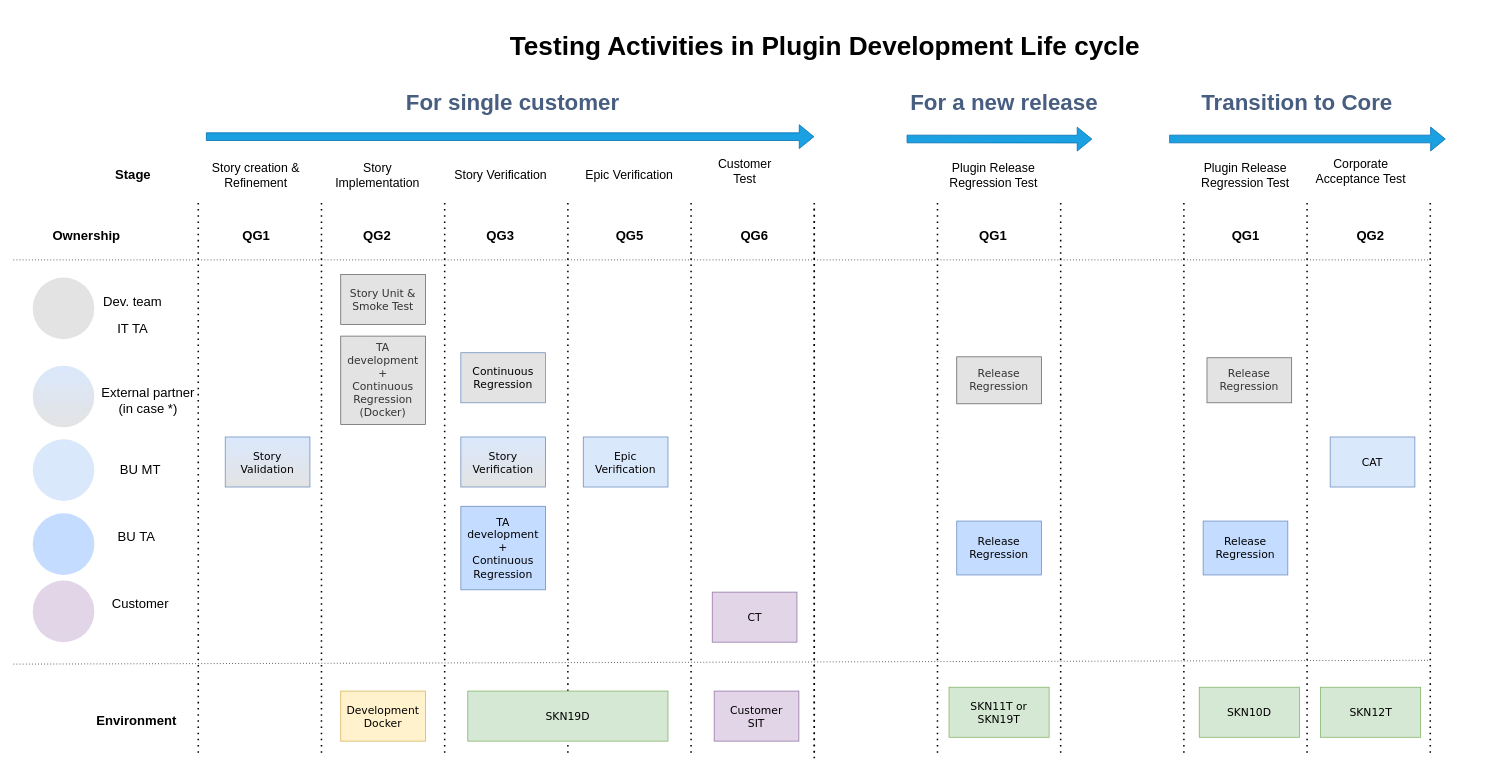
This is Plugin Testing.drawio from AndriiRatushnyi/Andrii.Ratushnyi, a draw.io file, before an edit. Source tidied: cells renumbered, new cells numbered last; positions are measured from the earlier drawing's top-left corner, leaving out a move shared by most shapes. Both pictures are drawn from the tidied source at 77%, with x=0, y=0 at pixel (13, 21).
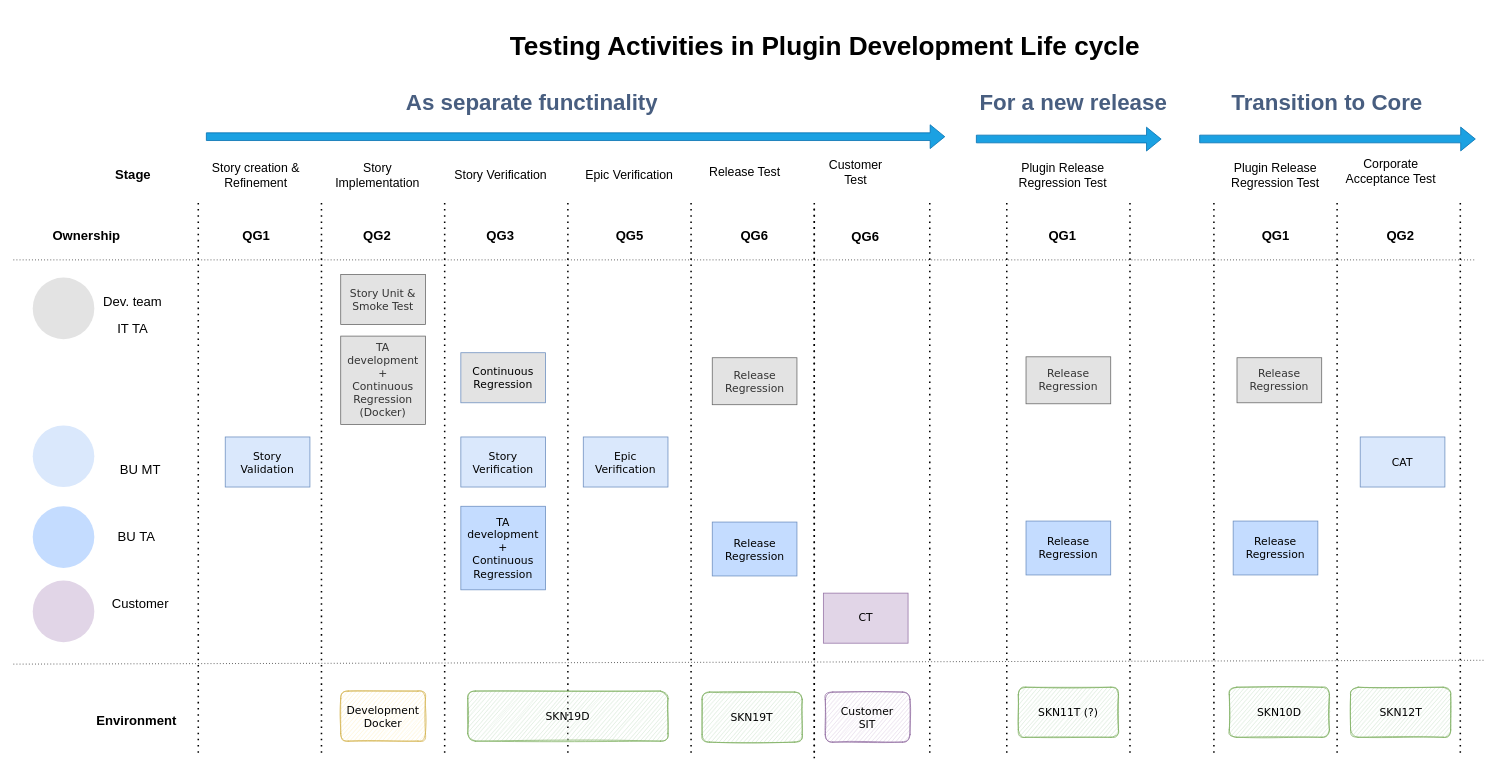
The same page after the edit.

Change to the diagram source:
```diff
@@
     <mxCell id="2" style="shape=flexArrow;endArrow=classic;html=1;fillColor=#1ba1e2;strokeColor=#006EAF;" parent="1" edge="1">
       <mxGeometry relative="1" as="geometry">
         <mxPoint x="250" y="150" as="sourcePoint" />
-        <mxPoint x="1040" y="150" as="targetPoint" />
+        <mxPoint x="1210" y="150" as="targetPoint" />
       </mxGeometry>
     </mxCell>
@@
-    <mxCell id="9" value="Story Validation" style="rounded=0;whiteSpace=wrap;html=1;fontSize=14;fontFamily=Verdana;fillColor=#dae8fc;strokeColor=#6c8ebf;gradientColor=#E3E3E3;" parent="1" vertex="1">
+    <mxCell id="9" value="Story Validation" style="rounded=0;whiteSpace=wrap;html=1;fontSize=14;fontFamily=Verdana;fillColor=#dae8fc;strokeColor=#6c8ebf;" parent="1" vertex="1">
       <mxGeometry x="275" y="540" width="110" height="65" as="geometry" />
     </mxCell>
@@
-    <mxCell id="15" value="Story Verification" style="rounded=0;whiteSpace=wrap;html=1;fontSize=14;fontFamily=Verdana;fillColor=#dae8fc;strokeColor=#6c8ebf;gradientDirection=south;gradientColor=#E3E3E3;" parent="1" vertex="1">
+    <mxCell id="15" value="Story Verification" style="rounded=0;whiteSpace=wrap;html=1;fontSize=14;fontFamily=Verdana;fillColor=#dae8fc;strokeColor=#6c8ebf;gradientDirection=south;" parent="1" vertex="1">
       <mxGeometry x="581" y="540" width="110" height="65" as="geometry" />
     </mxCell>
@@
     <mxCell id="22" style="endArrow=none;dashed=1;html=1;dashPattern=1 3;strokeWidth=1;fontSize=17;" parent="1" edge="1">
       <mxGeometry relative="1" as="geometry">
         <mxPoint y="835" as="sourcePoint" />
-        <mxPoint x="1840" y="830" as="targetPoint" />
+        <mxPoint x="1910" y="830" as="targetPoint" />
       </mxGeometry>
     </mxCell>
@@
     <mxCell id="28" style="endArrow=none;dashed=1;html=1;dashPattern=1 3;strokeWidth=1;fontSize=16;" parent="1" edge="1">
       <mxGeometry relative="1" as="geometry">
         <mxPoint y="310" as="sourcePoint" />
-        <mxPoint x="1840" y="310" as="targetPoint" />
+        <mxPoint x="1900" y="310" as="targetPoint" />
       </mxGeometry>
     </mxCell>
@@
-    <mxCell id="34" value="&lt;div&gt;Customer&lt;br&gt;&lt;/div&gt;&lt;div&gt;Test&lt;/div&gt;" style="text;html=1;strokeColor=none;fillColor=none;align=center;verticalAlign=middle;whiteSpace=wrap;rounded=0;fontSize=16;" parent="1" vertex="1">
+    <mxCell id="34" value="Release Test" style="text;html=1;strokeColor=none;fillColor=none;align=center;verticalAlign=middle;whiteSpace=wrap;rounded=0;fontSize=16;" parent="1" vertex="1">
       <mxGeometry x="880" y="185" width="140" height="20" as="geometry" />
     </mxCell>
-    <mxCell id="35" value="CT" style="rounded=0;whiteSpace=wrap;html=1;fontFamily=Verdana;fontSize=14;fillColor=#e1d5e7;strokeColor=#9673a6;" parent="1" vertex="1">
-      <mxGeometry x="907.5" y="741.5" width="110" height="65" as="geometry" />
-    </mxCell>
@@
-    <mxCell id="37" value="&lt;div&gt;Development&lt;/div&gt;&lt;div&gt;Docker&lt;br&gt;&lt;/div&gt;" style="rounded=0;whiteSpace=wrap;html=1;fontSize=14;fontFamily=Verdana;fillColor=#fff2cc;strokeColor=#d6b656;" parent="1" vertex="1">
+    <mxCell id="37" value="&lt;div&gt;Development&lt;/div&gt;&lt;div&gt;Docker&lt;br&gt;&lt;/div&gt;" style="rounded=1;whiteSpace=wrap;html=1;fontSize=14;fontFamily=Verdana;fillColor=#fff2cc;strokeColor=#d6b656;glass=0;sketch=1;" parent="1" vertex="1">
       <mxGeometry x="425" y="870" width="110" height="65" as="geometry" />
     </mxCell>
-    <mxCell id="38" value="&lt;div&gt;SKN19D&lt;br&gt;&lt;/div&gt;" style="rounded=0;whiteSpace=wrap;html=1;fontSize=14;fontFamily=Verdana;fillColor=#d5e8d4;strokeColor=#82b366;" parent="1" vertex="1">
+    <mxCell id="38" value="&lt;div&gt;SKN19D&lt;br&gt;&lt;/div&gt;" style="rounded=1;whiteSpace=wrap;html=1;fontSize=14;fontFamily=Verdana;fillColor=#d5e8d4;strokeColor=#82b366;glass=0;sketch=1;" parent="1" vertex="1">
       <mxGeometry x="590" y="870" width="260" height="65" as="geometry" />
     </mxCell>
-    <mxCell id="39" value="Customer&lt;br&gt;SIT" style="rounded=0;whiteSpace=wrap;html=1;fontSize=14;fontFamily=Verdana;fillColor=#e1d5e7;strokeColor=#9673a6;" parent="1" vertex="1">
-      <mxGeometry x="910" y="870" width="110" height="65" as="geometry" />
-    </mxCell>
-    <mxCell id="40" value="&lt;h1 style=&quot;font-size: 29px&quot;&gt;For single customer&lt;br style=&quot;font-size: 29px&quot;&gt;&lt;/h1&gt;" style="text;html=1;strokeColor=none;fillColor=none;spacing=5;spacingTop=-20;whiteSpace=wrap;overflow=hidden;rounded=0;fontSize=29;verticalAlign=top;fontColor=#485E80;" parent="1" vertex="1">
-      <mxGeometry x="505" y="80" width="290" height="70" as="geometry" />
+    <mxCell id="40" value="&lt;h1 style=&quot;font-size: 29px&quot;&gt;As separate functinality&lt;br style=&quot;font-size: 29px&quot;&gt;&lt;/h1&gt;" style="text;html=1;strokeColor=none;fillColor=none;spacing=5;spacingTop=-20;whiteSpace=wrap;overflow=hidden;rounded=0;fontSize=29;verticalAlign=top;fontColor=#485E80;" parent="1" vertex="1">
+      <mxGeometry x="505" y="80" width="415" height="70" as="geometry" />
     </mxCell>
     <mxCell id="41" style="shape=flexArrow;endArrow=classic;html=1;fillColor=#1ba1e2;strokeColor=#006EAF;entryX=0.831;entryY=1.045;entryDx=0;entryDy=0;entryPerimeter=0;" parent="1" edge="1" target="57">
       <mxGeometry relative="1" as="geometry">
-        <mxPoint x="1160" y="153" as="sourcePoint" />
+        <mxPoint x="1250" y="153" as="sourcePoint" />
       </mxGeometry>
     </mxCell>
@@
     <mxCell id="43" style="endArrow=none;dashed=1;html=1;dashPattern=1 3;strokeWidth=2;" parent="1" edge="1">
       <mxGeometry relative="1" as="geometry">
-        <mxPoint x="1200" y="950" as="sourcePoint" />
-        <mxPoint x="1200" y="230" as="targetPoint" />
+        <mxPoint x="1290" y="950" as="sourcePoint" />
+        <mxPoint x="1290" y="230" as="targetPoint" />
       </mxGeometry>
     </mxCell>
     <mxCell id="44" style="endArrow=none;dashed=1;html=1;dashPattern=1 3;strokeWidth=2;" parent="1" edge="1">
       <mxGeometry relative="1" as="geometry">
-        <mxPoint x="1360" y="950" as="sourcePoint" />
-        <mxPoint x="1360" y="230" as="targetPoint" />
+        <mxPoint x="1450" y="950" as="sourcePoint" />
+        <mxPoint x="1450" y="230" as="targetPoint" />
       </mxGeometry>
     </mxCell>
     <mxCell id="45" style="endArrow=none;dashed=1;html=1;dashPattern=1 3;strokeWidth=2;" parent="1" edge="1">
       <mxGeometry relative="1" as="geometry">
-        <mxPoint x="1520" y="950" as="sourcePoint" />
-        <mxPoint x="1520" y="230" as="targetPoint" />
+        <mxPoint x="1559" y="950" as="sourcePoint" />
+        <mxPoint x="1559" y="230" as="targetPoint" />
       </mxGeometry>
     </mxCell>
     <mxCell id="46" style="endArrow=none;dashed=1;html=1;dashPattern=1 3;strokeWidth=2;" parent="1" edge="1">
       <mxGeometry relative="1" as="geometry">
-        <mxPoint x="1680" y="950" as="sourcePoint" />
-        <mxPoint x="1680" y="230" as="targetPoint" />
+        <mxPoint x="1719" y="950" as="sourcePoint" />
+        <mxPoint x="1719" y="230" as="targetPoint" />
       </mxGeometry>
     </mxCell>
     <mxCell id="47" style="endArrow=none;dashed=1;html=1;dashPattern=1 3;strokeWidth=2;" parent="1" edge="1">
       <mxGeometry relative="1" as="geometry">
-        <mxPoint x="1840" y="950" as="sourcePoint" />
-        <mxPoint x="1840" y="230" as="targetPoint" />
+        <mxPoint x="1879" y="950" as="sourcePoint" />
+        <mxPoint x="1879" y="230" as="targetPoint" />
       </mxGeometry>
     </mxCell>
     <mxCell id="48" value="Release Regression" style="rounded=0;whiteSpace=wrap;html=1;fontSize=14;fontFamily=Verdana;strokeColor=#666666;fontColor=#333333;fillColor=#E3E3E3;" parent="1" vertex="1">
-      <mxGeometry x="1225" y="435.9" width="110" height="61" as="geometry" />
+      <mxGeometry x="1315" y="435.9" width="110" height="61" as="geometry" />
     </mxCell>
     <mxCell id="49" value="QG1" style="text;html=1;strokeColor=none;fillColor=none;align=center;verticalAlign=middle;whiteSpace=wrap;rounded=0;fontSize=17;fontStyle=1;" parent="1" vertex="1">
-      <mxGeometry x="1240" y="260" width="65" height="40" as="geometry" />
+      <mxGeometry x="1330" y="260" width="65" height="40" as="geometry" />
     </mxCell>
     <mxCell id="50" value="QG1" style="text;html=1;strokeColor=none;fillColor=none;align=center;verticalAlign=middle;whiteSpace=wrap;rounded=0;fontSize=17;fontStyle=1;" parent="1" vertex="1">
-      <mxGeometry x="1567.5" y="260" width="65" height="40" as="geometry" />
+      <mxGeometry x="1606.5" y="260" width="65" height="40" as="geometry" />
     </mxCell>
     <mxCell id="51" value="QG2" style="text;html=1;strokeColor=none;fillColor=none;align=center;verticalAlign=middle;whiteSpace=wrap;rounded=0;fontSize=17;fontStyle=1;" parent="1" vertex="1">
-      <mxGeometry x="1730" y="260" width="65" height="40" as="geometry" />
+      <mxGeometry x="1769" y="260" width="65" height="40" as="geometry" />
     </mxCell>
     <mxCell id="52" value="Plugin Release &lt;br&gt;Regression Test" style="text;html=1;strokeColor=none;fillColor=none;align=center;verticalAlign=middle;whiteSpace=wrap;rounded=0;fontSize=16;" parent="1" vertex="1">
-      <mxGeometry x="1202.5" y="190" width="140" height="20" as="geometry" />
+      <mxGeometry x="1292.5" y="190" width="140" height="20" as="geometry" />
     </mxCell>
     <mxCell id="53" value="Plugin Release &lt;br&gt;Regression Test" style="text;html=1;strokeColor=none;fillColor=none;align=center;verticalAlign=middle;whiteSpace=wrap;rounded=0;fontSize=16;" parent="1" vertex="1">
-      <mxGeometry x="1530" y="190" width="140" height="20" as="geometry" />
+      <mxGeometry x="1569" y="190" width="140" height="20" as="geometry" />
     </mxCell>
     <mxCell id="54" value="Release Regression" style="rounded=0;whiteSpace=wrap;html=1;fontSize=14;fontFamily=Verdana;strokeColor=#6c8ebf;fillColor=#C4DCFF;" parent="1" vertex="1">
-      <mxGeometry x="1225" y="649.2" width="110" height="70" as="geometry" />
+      <mxGeometry x="1315" y="649.2" width="110" height="70" as="geometry" />
     </mxCell>
     <mxCell id="55" value="Corporate Acceptance Test" style="text;html=1;strokeColor=none;fillColor=none;align=center;verticalAlign=middle;whiteSpace=wrap;rounded=0;fontSize=16;" parent="1" vertex="1">
-      <mxGeometry x="1680" y="185" width="140" height="20" as="geometry" />
+      <mxGeometry x="1719" y="185" width="140" height="20" as="geometry" />
     </mxCell>
-    <mxCell id="56" value="&lt;div&gt;SKN11T or&lt;br&gt;&lt;/div&gt;&lt;div&gt;SKN19T&lt;br&gt;&lt;/div&gt;" style="rounded=0;whiteSpace=wrap;html=1;fontSize=14;fontFamily=Verdana;fillColor=#d5e8d4;strokeColor=#82b366;" parent="1" vertex="1">
-      <mxGeometry x="1215" y="865" width="130" height="65" as="geometry" />
+    <mxCell id="56" value="&lt;div&gt;SKN11T (?)&lt;br&gt;&lt;/div&gt;" style="rounded=1;whiteSpace=wrap;html=1;fontSize=14;fontFamily=Verdana;fillColor=#d5e8d4;strokeColor=#82b366;glass=0;sketch=1;" parent="1" vertex="1">
+      <mxGeometry x="1305" y="865" width="130" height="65" as="geometry" />
     </mxCell>
     <mxCell id="57" value="&lt;h1 style=&quot;font-size: 29px&quot;&gt;For a new release&lt;br style=&quot;font-size: 29px&quot;&gt;&lt;/h1&gt;" style="text;html=1;strokeColor=none;fillColor=none;spacing=5;spacingTop=-20;whiteSpace=wrap;overflow=hidden;rounded=0;fontSize=29;verticalAlign=top;fontColor=#485E80;" parent="1" vertex="1">
-      <mxGeometry x="1160" y="80" width="290" height="70" as="geometry" />
+      <mxGeometry x="1250" y="80" width="290" height="70" as="geometry" />
     </mxCell>
     <mxCell id="58" style="shape=flexArrow;endArrow=classic;html=1;fillColor=#1ba1e2;strokeColor=#006EAF;" parent="1" edge="1">
       <mxGeometry relative="1" as="geometry">
-        <mxPoint x="1501" y="153" as="sourcePoint" />
-        <mxPoint x="1860" y="153" as="targetPoint" />
+        <mxPoint x="1540" y="153" as="sourcePoint" />
+        <mxPoint x="1899" y="153" as="targetPoint" />
       </mxGeometry>
     </mxCell>
     <mxCell id="59" value="&lt;h1 style=&quot;font-size: 29px&quot;&gt;Transition to Core&lt;br style=&quot;font-size: 29px&quot;&gt;&lt;/h1&gt;" style="text;html=1;strokeColor=none;fillColor=none;spacing=5;spacingTop=-20;whiteSpace=wrap;overflow=hidden;rounded=0;fontSize=29;verticalAlign=top;fontColor=#485E80;" parent="1" vertex="1">
-      <mxGeometry x="1537.5" y="80" width="290" height="70" as="geometry" />
+      <mxGeometry x="1576.5" y="80" width="290" height="70" as="geometry" />
     </mxCell>
     <mxCell id="60" value="Release Regression" style="rounded=0;whiteSpace=wrap;html=1;fontSize=14;fontFamily=Verdana;strokeColor=#666666;fontColor=#333333;fillColor=#E3E3E3;" parent="1" vertex="1">
-      <mxGeometry x="1550" y="437.1" width="110" height="58.5" as="geometry" />
+      <mxGeometry x="1589" y="437.1" width="110" height="58.5" as="geometry" />
     </mxCell>
     <mxCell id="61" value="Release Regression" style="rounded=0;whiteSpace=wrap;html=1;fontSize=14;fontFamily=Verdana;strokeColor=#6c8ebf;fillColor=#C4DCFF;" parent="1" vertex="1">
-      <mxGeometry x="1545" y="649.2" width="110" height="70" as="geometry" />
+      <mxGeometry x="1584" y="649.2" width="110" height="70" as="geometry" />
     </mxCell>
-    <mxCell id="62" value="SKN10D" style="rounded=0;whiteSpace=wrap;html=1;fontSize=14;fontFamily=Verdana;fillColor=#d5e8d4;strokeColor=#82b366;" parent="1" vertex="1">
-      <mxGeometry x="1540" y="865" width="130" height="65" as="geometry" />
+    <mxCell id="62" value="SKN10D" style="rounded=1;whiteSpace=wrap;html=1;fontSize=14;fontFamily=Verdana;fillColor=#d5e8d4;strokeColor=#82b366;glass=0;sketch=1;" parent="1" vertex="1">
+      <mxGeometry x="1579" y="865" width="130" height="65" as="geometry" />
     </mxCell>
     <mxCell id="63" value="CAT" style="rounded=0;whiteSpace=wrap;html=1;fontFamily=Verdana;fontSize=14;fillColor=#dae8fc;strokeColor=#6c8ebf;" parent="1" vertex="1">
-      <mxGeometry x="1710" y="540" width="110" height="65" as="geometry" />
+      <mxGeometry x="1749" y="540" width="110" height="65" as="geometry" />
     </mxCell>
-    <mxCell id="64" value="SKN12T" style="rounded=0;whiteSpace=wrap;html=1;fontSize=14;fontFamily=Verdana;fillColor=#d5e8d4;strokeColor=#82b366;" parent="1" vertex="1">
-      <mxGeometry x="1697.5" y="865" width="130" height="65" as="geometry" />
+    <mxCell id="64" value="SKN12T" style="rounded=1;whiteSpace=wrap;html=1;fontSize=14;fontFamily=Verdana;fillColor=#d5e8d4;strokeColor=#82b366;glass=0;sketch=1;" parent="1" vertex="1">
+      <mxGeometry x="1736.5" y="865" width="130" height="65" as="geometry" />
     </mxCell>
     <mxCell id="65" style="ellipse;whiteSpace=wrap;html=1;fontSize=29;fontColor=#485E80;fillColor=#C4DCFF;flipV=1;flipH=1;strokeColor=none;" parent="1" vertex="1">
-      <mxGeometry x="25" y="639.2" width="80" height="80" as="geometry" />
+      <mxGeometry x="25" y="630" width="80" height="80" as="geometry" />
     </mxCell>
     <mxCell id="66" style="ellipse;whiteSpace=wrap;html=1;fillColor=#dae8fc;fontSize=29;flipV=1;flipH=1;strokeColor=none;" parent="1" vertex="1">
-      <mxGeometry x="25" y="543" width="80" height="80" as="geometry" />
+      <mxGeometry x="25" y="525" width="80" height="80" as="geometry" />
     </mxCell>
@@
-    <mxCell id="70" style="ellipse;whiteSpace=wrap;html=1;fillColor=#dae8fc;fontSize=29;flipV=1;flipH=1;strokeColor=none;gradientColor=#E3E3E3;gradientDirection=north;" parent="1" vertex="1">
-      <mxGeometry x="25" y="447.4" width="80" height="80" as="geometry" />
-    </mxCell>
-    <mxCell id="71" value="External partner (in case *)" style="text;html=1;strokeColor=none;fillColor=none;align=center;verticalAlign=middle;whiteSpace=wrap;rounded=0;fontSize=17;" parent="1" vertex="1">
-      <mxGeometry x="105" y="481" width="140" height="25" as="geometry" />
-    </mxCell>
+    <mxCell id="72" value="QG6" style="text;html=1;strokeColor=none;fillColor=none;align=center;verticalAlign=middle;whiteSpace=wrap;rounded=0;fontSize=17;fontStyle=1;" parent="1" vertex="1">
+      <mxGeometry x="1074.3" y="261.3" width="65" height="40" as="geometry" />
+    </mxCell>
+    <mxCell id="73" value="&lt;div&gt;Customer&lt;br&gt;&lt;/div&gt;&lt;div&gt;Test&lt;/div&gt;" style="text;html=1;strokeColor=none;fillColor=none;align=center;verticalAlign=middle;whiteSpace=wrap;rounded=0;fontSize=16;" parent="1" vertex="1">
+      <mxGeometry x="1024.3" y="186.3" width="140" height="20" as="geometry" />
+    </mxCell>
+    <mxCell id="35" value="CT" style="rounded=0;whiteSpace=wrap;html=1;fontFamily=Verdana;fontSize=14;fillColor=#e1d5e7;strokeColor=#9673a6;" parent="1" vertex="1">
+      <mxGeometry x="1051.8" y="742.8" width="110" height="65" as="geometry" />
+    </mxCell>
+    <mxCell id="39" value="Customer&lt;br&gt;SIT" style="rounded=1;whiteSpace=wrap;html=1;fontSize=14;fontFamily=Verdana;fillColor=#e1d5e7;strokeColor=#9673a6;glass=0;sketch=1;" parent="1" vertex="1">
+      <mxGeometry x="1054.3" y="871.3" width="110" height="65" as="geometry" />
+    </mxCell>
+    <mxCell id="74" value="&lt;div&gt;SKN19T&lt;/div&gt;" style="rounded=1;whiteSpace=wrap;html=1;fontSize=14;fontFamily=Verdana;fillColor=#d5e8d4;strokeColor=#82b366;glass=0;sketch=1;" parent="1" vertex="1">
+      <mxGeometry x="894.3" y="871.3" width="130" height="65" as="geometry" />
+    </mxCell>
+    <mxCell id="75" value="Release Regression" style="rounded=0;whiteSpace=wrap;html=1;fontSize=14;fontFamily=Verdana;strokeColor=#666666;fontColor=#333333;fillColor=#E3E3E3;" parent="1" vertex="1">
+      <mxGeometry x="907.5" y="437.1" width="110" height="61" as="geometry" />
+    </mxCell>
+    <mxCell id="76" value="Release Regression" style="rounded=0;whiteSpace=wrap;html=1;fontSize=14;fontFamily=Verdana;strokeColor=#6c8ebf;fillColor=#C4DCFF;" parent="1" vertex="1">
+      <mxGeometry x="907.5" y="650.5" width="110" height="70" as="geometry" />
+    </mxCell>
+    <mxCell id="77" style="endArrow=none;dashed=1;html=1;dashPattern=1 3;strokeWidth=2;" parent="1" edge="1">
+      <mxGeometry relative="1" as="geometry">
+        <mxPoint x="1190" y="950" as="sourcePoint" />
+        <mxPoint x="1190" y="230" as="targetPoint" />
+      </mxGeometry>
+    </mxCell>
```
